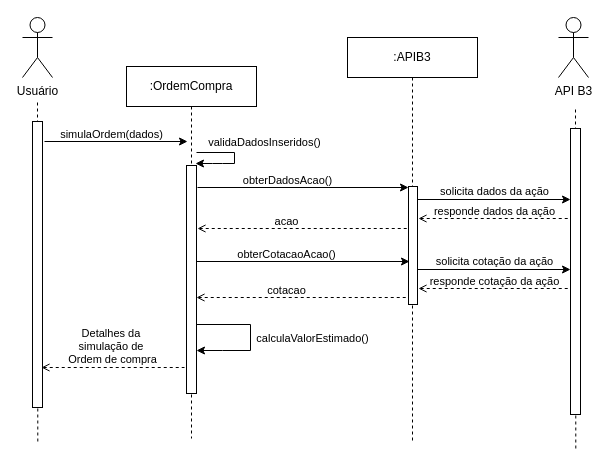
gb-cs-rt/home_broker keeps this draw.io diagram as diagrama_sequencia/Diagrama_Sequencia_UC07.drawio. Above is the earlier version. Source tidied: cells renumbered, new cells numbered last; positions are measured from the earlier drawing's top-left corner, leaving out a move shared by most shapes. Both pictures are drawn from the tidied source at 100%, with x=0, y=0 at pixel (22, 17).
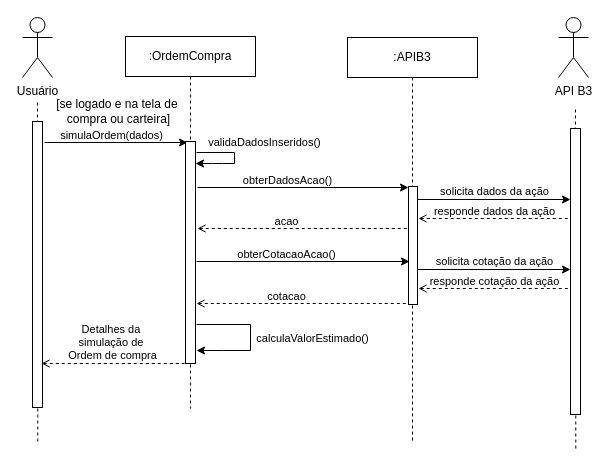
After the change.

The edit, as a diff of the source:
```diff
@@
     <mxCell id="4" style="edgeStyle=orthogonalEdgeStyle;rounded=0;orthogonalLoop=1;jettySize=auto;html=1;curved=0;" parent="1" edge="1">
       <mxGeometry relative="1" as="geometry">
-        <mxPoint x="22" y="124" as="sourcePoint" />
-        <mxPoint x="165" y="124" as="targetPoint" />
+        <mxPoint x="22" y="125" as="sourcePoint" />
+        <mxPoint x="165" y="125" as="targetPoint" />
       </mxGeometry>
     </mxCell>
@@
     <mxCell id="9" value=":OrdemCompra" style="shape=umlLifeline;perimeter=lifelinePerimeter;whiteSpace=wrap;html=1;newEdgeStyle={&quot;curved&quot;:0,&quot;rounded&quot;:0};" parent="1" vertex="1">
-      <mxGeometry x="104" y="49" width="130" height="372" as="geometry" />
+      <mxGeometry x="103" y="19" width="130" height="372" as="geometry" />
     </mxCell>
     <mxCell id="10" style="html=1;perimeter=orthogonalPerimeter;targetShapes=umlLifeline;newEdgeStyle={&quot;curved&quot;:0,&quot;rounded&quot;:0};" parent="9" vertex="1">
-      <mxGeometry x="60" y="99" width="10" height="228" as="geometry" />
+      <mxGeometry x="60" y="105" width="10" height="222" as="geometry" />
     </mxCell>
@@
     <mxCell id="19" style="edgeStyle=none;orthogonalLoop=1;jettySize=auto;html=1;rounded=0;startArrow=open;startFill=0;endArrow=none;endFill=0;dashed=1;" parent="1" edge="1">
       <mxGeometry relative="1" as="geometry">
-        <mxPoint x="174" y="280" as="sourcePoint" />
-        <mxPoint x="386" y="280" as="targetPoint" />
+        <mxPoint x="174" y="286" as="sourcePoint" />
+        <mxPoint x="386" y="286" as="targetPoint" />
       </mxGeometry>
     </mxCell>
@@
     <mxCell id="23" style="endArrow=none;html=1;rounded=0;startArrow=open;startFill=0;endFill=0;dashed=1;" parent="1" edge="1">
       <mxGeometry relative="1" as="geometry">
-        <mxPoint x="19" y="350" as="sourcePoint" />
-        <mxPoint x="162" y="350" as="targetPoint" />
+        <mxPoint x="19" y="346" as="sourcePoint" />
+        <mxPoint x="162" y="346" as="targetPoint" />
       </mxGeometry>
     </mxCell>
@@
+    <mxCell id="36" value="[se logado e na tela de&amp;nbsp;&lt;div&gt;compra ou carteira]&lt;/div&gt;" style="text;html=1;align=center;verticalAlign=middle;strokeColor=none;fillColor=none;" parent="1" vertex="1">
+      <mxGeometry x="24" y="73" width="143" height="41" as="geometry" />
+    </mxCell>
```
